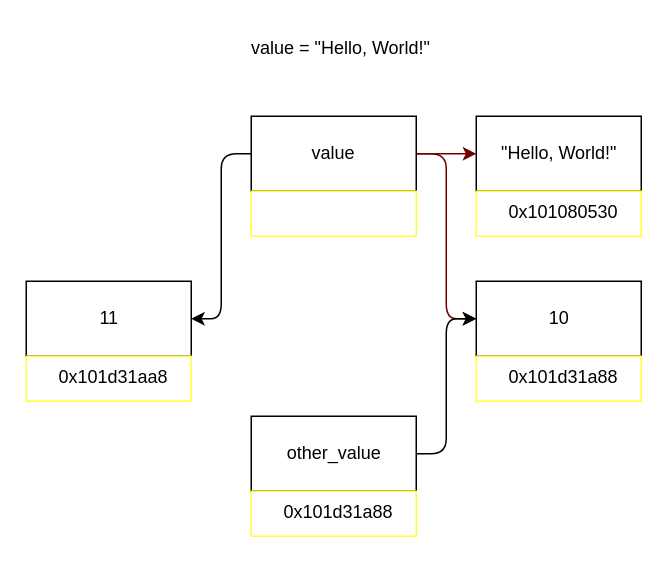
Before: Course/2_Data types, variables/2_0_variables_memory.drawio in 0xbalazstoth/edupy, a draw.io diagram. Source tidied: cells renumbered, new cells numbered last; positions are measured from the earlier drawing's top-left corner, leaving out a move shared by most shapes. Both pictures are drawn from the tidied source at 150%, with x=0, y=0 at pixel (26, 26).
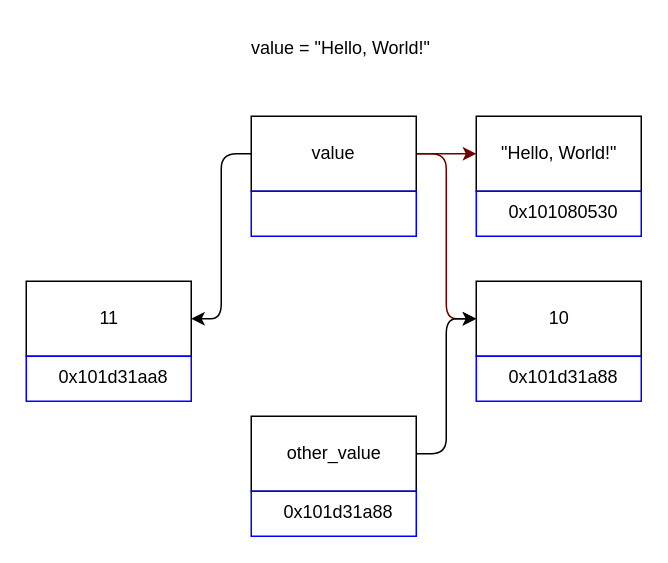
After the change.

The edit, as a diff of the source:
```diff
@@
-    <mxCell id="8" style="rounded=0;whiteSpace=wrap;html=1;strokeColor=#FFFF33;" parent="1" vertex="1">
+    <mxCell id="8" style="rounded=0;whiteSpace=wrap;html=1;strokeColor=#0000FF;" parent="1" vertex="1">
       <mxGeometry x="150" y="110" width="110" height="30" as="geometry" />
     </mxCell>
@@
-    <mxCell id="11" style="rounded=0;whiteSpace=wrap;html=1;strokeColor=#FFFF33;" parent="1" vertex="1">
+    <mxCell id="11" style="rounded=0;whiteSpace=wrap;html=1;strokeColor=#0000FF;" parent="1" vertex="1">
       <mxGeometry x="300" y="110" width="110" height="30" as="geometry" />
     </mxCell>
@@
-    <mxCell id="15" style="rounded=0;whiteSpace=wrap;html=1;strokeColor=#FFFF33;" parent="1" vertex="1">
+    <mxCell id="15" style="rounded=0;whiteSpace=wrap;html=1;strokeColor=#0000FF;" parent="1" vertex="1">
       <mxGeometry x="300" y="220" width="110" height="30" as="geometry" />
     </mxCell>
@@
-    <mxCell id="20" style="rounded=0;whiteSpace=wrap;html=1;strokeColor=#FFFF33;" parent="1" vertex="1">
+    <mxCell id="20" style="rounded=0;whiteSpace=wrap;html=1;strokeColor=#0000FF;" parent="1" vertex="1">
       <mxGeometry x="150" y="310" width="110" height="30" as="geometry" />
     </mxCell>
@@
-    <mxCell id="23" style="rounded=0;whiteSpace=wrap;html=1;strokeColor=#FFFF33;" parent="1" vertex="1">
+    <mxCell id="23" style="rounded=0;whiteSpace=wrap;html=1;strokeColor=#0000FF;" parent="1" vertex="1">
       <mxGeometry y="220" width="110" height="30" as="geometry" />
     </mxCell>
```
